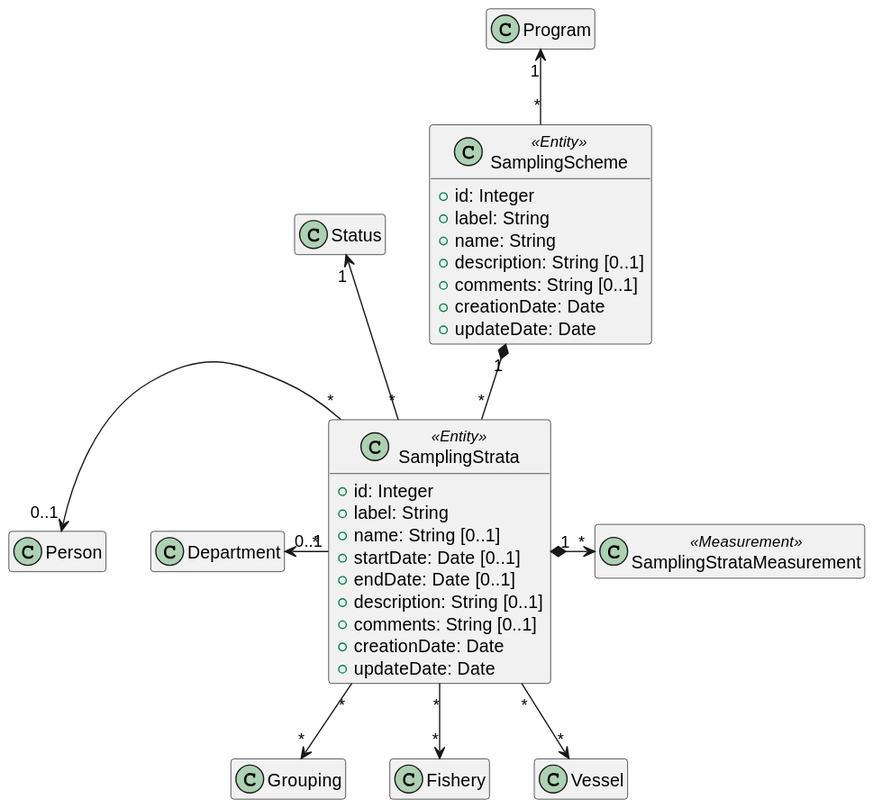
The PlantUML diagram model/administration/samplingScheme/sampling-scheme.svg in sumaris-net/sumaris-doc, before a commit. Its source is kept beside it as model/administration/samplingScheme/sampling-scheme.puml.
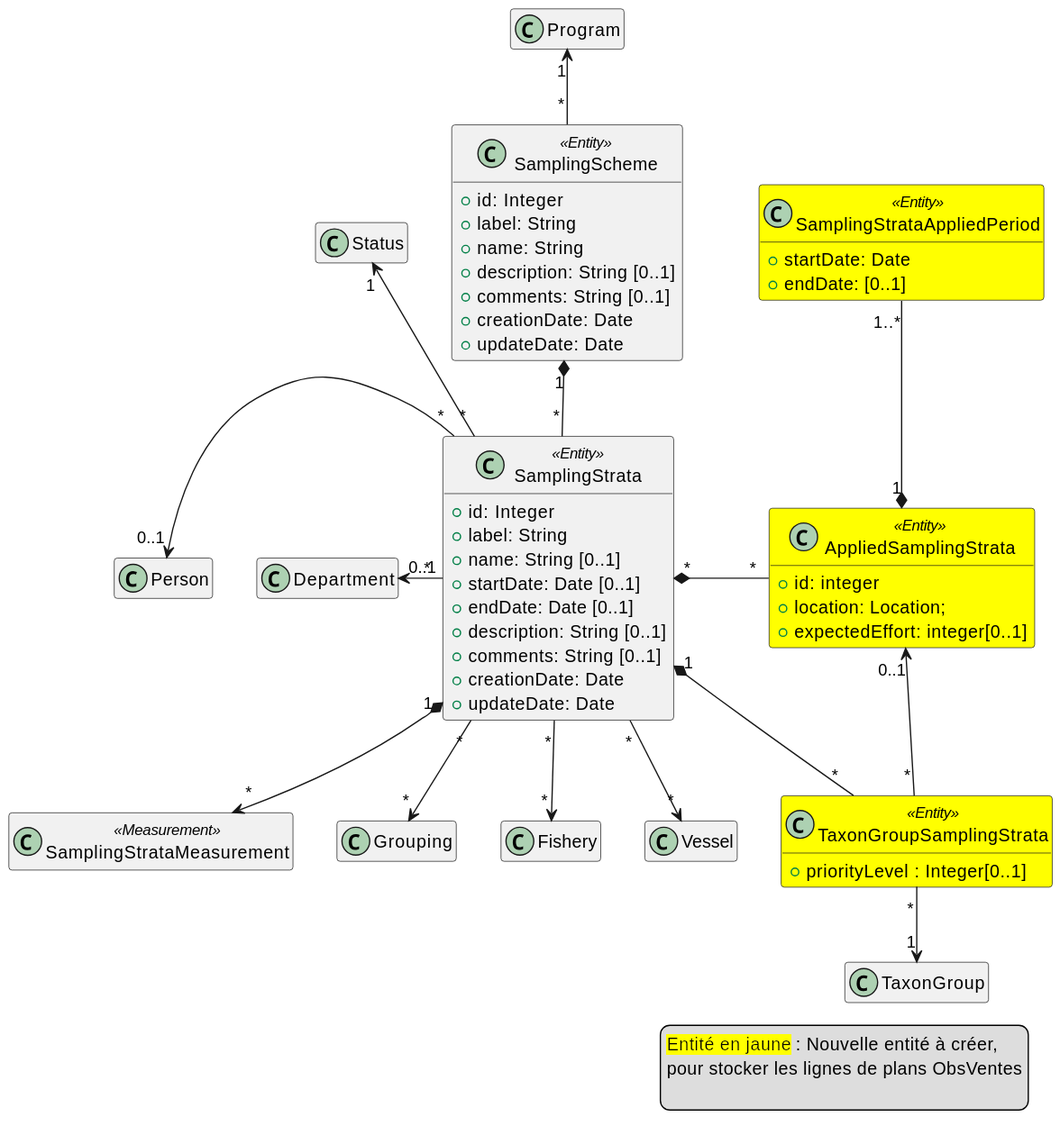
Later version of the same file.

Commit message:
fix(architecture) Add need entities, need for ObsVentes sampling strata

Diff of the diagram source:
```diff
@@ -1,5 +1,6 @@
 @startuml
 hide empty members
+
 
 class SamplingScheme <<Entity>> {
   +id: Integer
@@ -29,15 +30,44 @@
 
 }
 
+
+class AppliedSamplingStrata <<Entity>> #yellow{
+  +id: integer
+  +location: Location;
+  +expectedEffort: integer[0..1]
+}
+
+class SamplingStrataAppliedPeriod <<Entity>>#yellow{
+  +startDate: Date
+  +endDate: [0..1]
+}
+class TaxonGroupSamplingStrata <<Entity>>#yellow{
+  +priorityLevel : Integer[0..1]
+}
+
 SamplingScheme "1" *-down- "*" SamplingStrata
 SamplingStrata "*" -up-> "1" Status
 SamplingStrata "*" -left-> "0..1" Department
 SamplingStrata "*" -left-> "0..1" Person
 
-SamplingStrata "1" *-right-> "*" SamplingStrataMeasurement
+SamplingStrata "1" *--> "*" SamplingStrataMeasurement
 
 SamplingStrata "*" -down-> "*" Grouping
 SamplingStrata "*" -down-> "*" Fishery
 SamplingStrata "*" -down-> "*" Vessel
 
+
+SamplingStrata "*" *-right- "*" AppliedSamplingStrata
+AppliedSamplingStrata "1" *-up- "1..*" SamplingStrataAppliedPeriod
+SamplingStrata "1" *-- "*" TaxonGroupSamplingStrata
+AppliedSamplingStrata "0..1" <-- "*" TaxonGroupSamplingStrata
+TaxonGroupSamplingStrata "*" --> "1" TaxonGroup
+
+legend right
+  <back:yellow>Entité en jaune</back> : Nouvelle entité à créer,
+  pour stocker les lignes de plans ObsVentes
+
+end legend
+
+
 @enduml
```
